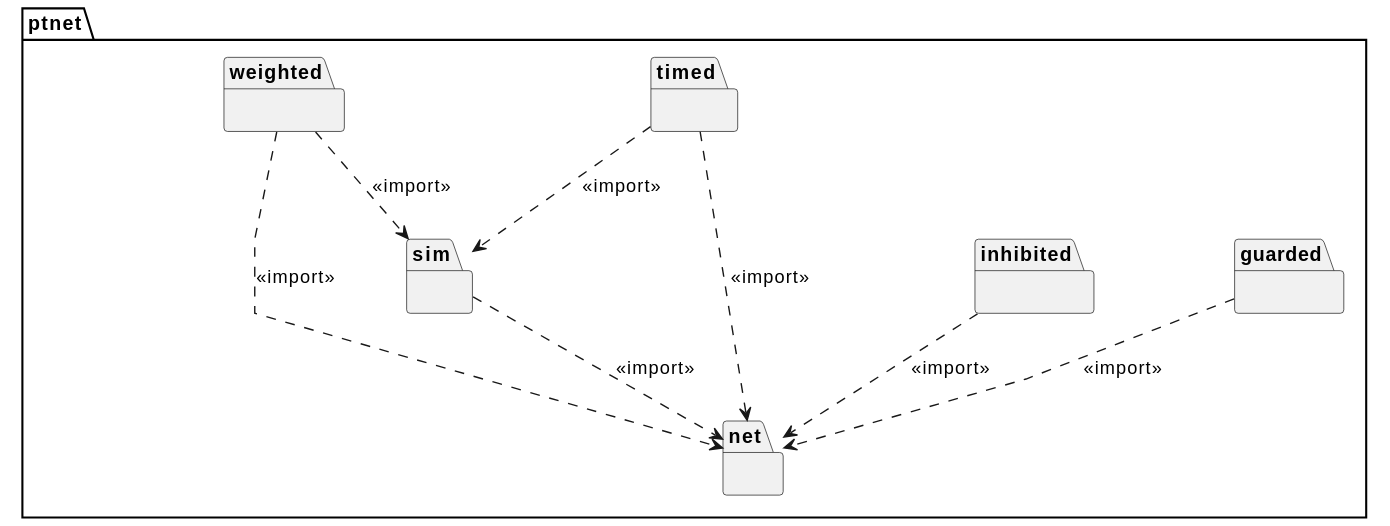
Above: doc/ptnet-model-packages.svg in johnstonskj/rust-ptnets (PlantUML), before the change. Source of this version:
```plantuml
@startuml
skinparam backgroundColor transparent
skinparam style strictuml
skinparam linetype polyline
skinparam nodesep 100

hide circle
hide empty members

package ptnet  {
    package net {}
    package sim {}
    sim ..> net: <<import>>

    package guarded {}
    guarded ..> net: <<import>>

    package inhibited {}
    inhibited ..> net: <<import>>

    package timed {}
    timed ..> net: <<import>>
    timed ..> sim: <<import>>

    package weighted {}
    weighted ..> net: <<import>>
    weighted ..> sim: <<import>>

}
@enduml
```
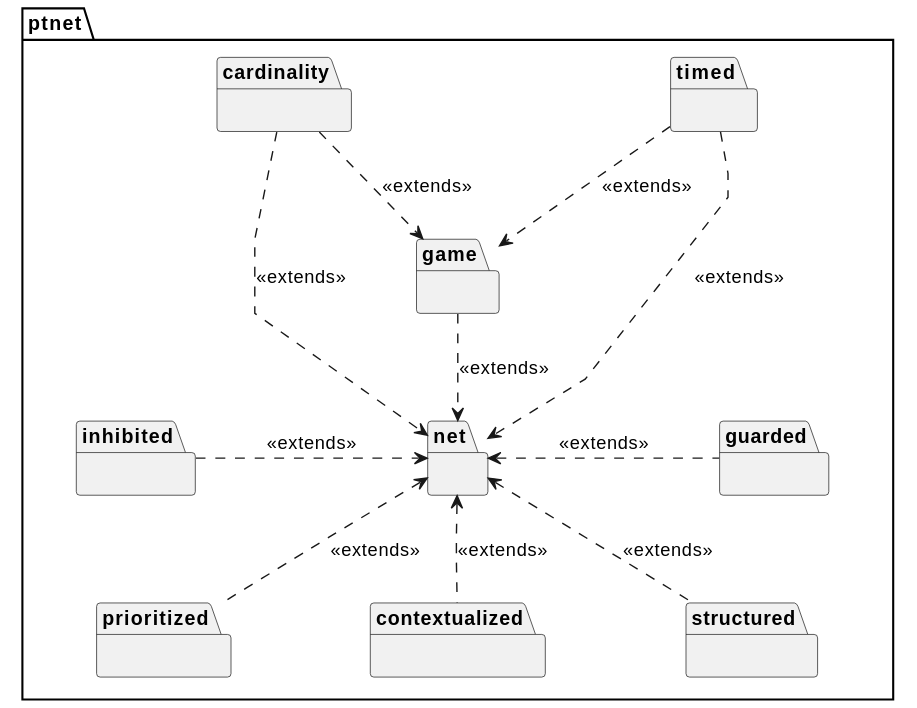
After the commit.

The edit, as a diff of the source:
```diff
@@ -9,22 +9,30 @@
 
 package ptnet  {
     package net {}
-    package sim {}
-    sim ..> net: <<import>>
+    package game {}
+    game ..> net: <<extends>>
 
     package guarded {}
-    guarded ..> net: <<import>>
+    guarded .left.> net: <<extends>>
 
     package inhibited {}
-    inhibited ..> net: <<import>>
+    inhibited .right.> net: <<extends>>
+
+    package prioritized {}
+    prioritized .up.> net: <<extends>>
+
+    package contextualized {}
+    contextualized .up.> net: <<extends>>
+
+    package structured {}
+    structured .up.> net: <<extends>>
 
     package timed {}
-    timed ..> net: <<import>>
-    timed ..> sim: <<import>>
+    timed ..> net: <<extends>>
+    timed ..> game: <<extends>>
 
-    package weighted {}
-    weighted ..> net: <<import>>
-    weighted ..> sim: <<import>>
-
+    package cardinality {}
+    cardinality ..> net: <<extends>>
+    cardinality ..> game: <<extends>>
 }
 @enduml
```
